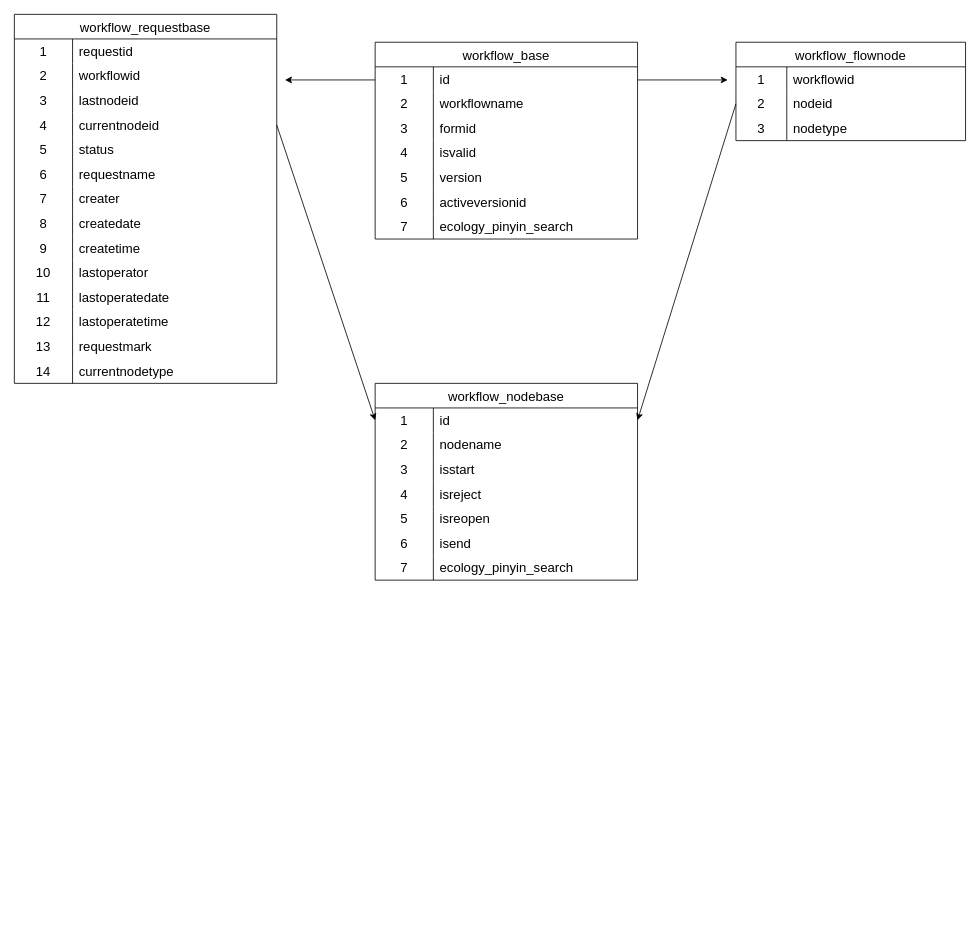
itzhanglg/technology-image keeps this draw.io diagram as page "第 3 页" (3 of 3) of work/ICS工单系统.drawio. Above is the earlier version. Source tidied: cells renumbered, new cells numbered last; positions are measured from the earlier drawing's top-left corner, leaving out a move shared by most shapes. Both pictures are drawn from the tidied source at 82%, with x=0, y=0 at pixel (14, 14).
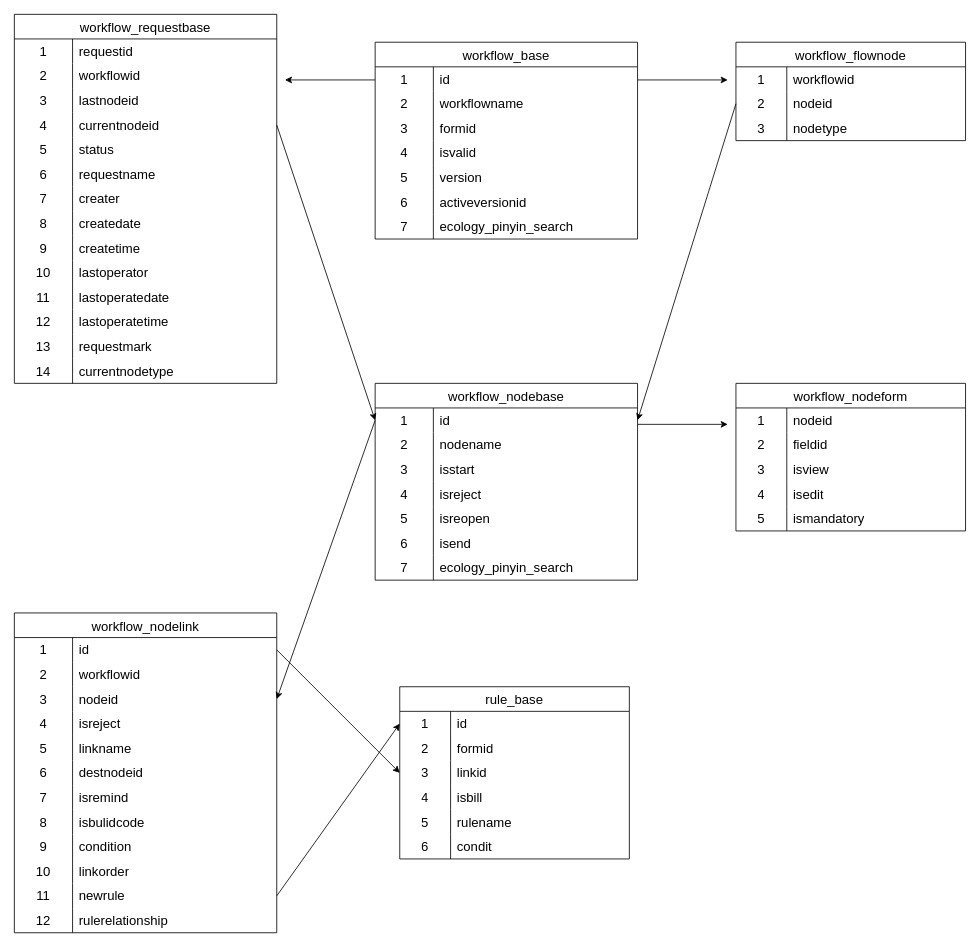
The same diagram, later.

Commit message (it also covers changes not shown here):
更新ICS工单系统.drawio

The change refers to these unchanged cells:
```xml
<mxCell id="80" style="shape=tableRow;horizontal=0;startSize=0;swimlaneHead=0;swimlaneBody=0;top=0;left=0;bottom=0;right=0;fillColor=none;points=[[0,0.5],[1,0.5]];portConstraint=eastwest;strokeColor=inherit;fontSize=16;" parent="79" vertex="1">
  <mxGeometry y="30" width="320" height="30" as="geometry" />
</mxCell>
```

The edit, as a diff of the source:
```diff
@@
+    <mxCell id="103" value="workflow_nodeform" style="shape=table;startSize=30;childLayout=tableLayout;rowLines=0;fontStyle=0;strokeColor=default;fontSize=16;" parent="1" vertex="1">
+      <mxGeometry x="880" y="450" width="280" height="180" as="geometry" />
+    </mxCell>
+    <mxCell id="104" style="shape=tableRow;horizontal=0;startSize=0;swimlaneHead=0;swimlaneBody=0;top=0;left=0;bottom=0;right=0;fillColor=none;strokeColor=inherit;fontSize=16;" parent="103" vertex="1">
+      <mxGeometry y="30" width="280" height="30" as="geometry" />
+    </mxCell>
+    <mxCell id="105" value="1" style="shape=partialRectangle;html=1;whiteSpace=wrap;fillColor=none;top=0;left=0;bottom=0;right=0;overflow=hidden;strokeColor=inherit;fontSize=16;" parent="104" vertex="1">
+      <mxGeometry width="62" height="30" as="geometry" />
+    </mxCell>
+    <mxCell id="106" value="nodeid" style="shape=partialRectangle;html=1;whiteSpace=wrap;fillColor=none;top=0;left=0;bottom=0;right=0;align=left;spacingLeft=6;overflow=hidden;strokeColor=inherit;fontSize=16;" parent="104" vertex="1">
+      <mxGeometry x="62" width="218" height="30" as="geometry" />
+    </mxCell>
+    <mxCell id="107" style="shape=tableRow;horizontal=0;startSize=0;swimlaneHead=0;swimlaneBody=0;top=0;left=0;bottom=0;right=0;fillColor=none;strokeColor=inherit;fontSize=16;" parent="103" vertex="1">
+      <mxGeometry y="60" width="280" height="30" as="geometry" />
+    </mxCell>
+    <mxCell id="108" value="2" style="shape=partialRectangle;html=1;whiteSpace=wrap;fillColor=none;top=0;left=0;bottom=0;right=0;overflow=hidden;strokeColor=inherit;fontSize=16;" parent="107" vertex="1">
+      <mxGeometry width="62" height="30" as="geometry" />
+    </mxCell>
+    <mxCell id="109" value="fieldid" style="shape=partialRectangle;html=1;whiteSpace=wrap;fillColor=none;top=0;left=0;bottom=0;right=0;align=left;spacingLeft=6;overflow=hidden;strokeColor=inherit;fontSize=16;" parent="107" vertex="1">
+      <mxGeometry x="62" width="218" height="30" as="geometry" />
+    </mxCell>
+    <mxCell id="110" style="shape=tableRow;horizontal=0;startSize=0;swimlaneHead=0;swimlaneBody=0;top=0;left=0;bottom=0;right=0;fillColor=none;strokeColor=inherit;fontSize=16;" parent="103" vertex="1">
+      <mxGeometry y="90" width="280" height="30" as="geometry" />
+    </mxCell>
+    <mxCell id="111" value="3" style="shape=partialRectangle;html=1;whiteSpace=wrap;fillColor=none;top=0;left=0;bottom=0;right=0;overflow=hidden;strokeColor=inherit;fontSize=16;" parent="110" vertex="1">
+      <mxGeometry width="62" height="30" as="geometry" />
+    </mxCell>
+    <mxCell id="112" value="isview" style="shape=partialRectangle;html=1;whiteSpace=wrap;fillColor=none;top=0;left=0;bottom=0;right=0;align=left;spacingLeft=6;overflow=hidden;strokeColor=inherit;fontSize=16;" parent="110" vertex="1">
+      <mxGeometry x="62" width="218" height="30" as="geometry" />
+    </mxCell>
+    <mxCell id="113" style="shape=tableRow;horizontal=0;startSize=0;swimlaneHead=0;swimlaneBody=0;top=0;left=0;bottom=0;right=0;fillColor=none;strokeColor=inherit;fontSize=16;" parent="103" vertex="1">
+      <mxGeometry y="120" width="280" height="30" as="geometry" />
+    </mxCell>
+    <mxCell id="114" value="4" style="shape=partialRectangle;html=1;whiteSpace=wrap;fillColor=none;top=0;left=0;bottom=0;right=0;overflow=hidden;strokeColor=inherit;fontSize=16;" parent="113" vertex="1">
+      <mxGeometry width="62" height="30" as="geometry" />
+    </mxCell>
+    <mxCell id="115" value="isedit" style="shape=partialRectangle;html=1;whiteSpace=wrap;fillColor=none;top=0;left=0;bottom=0;right=0;align=left;spacingLeft=6;overflow=hidden;strokeColor=inherit;fontSize=16;" parent="113" vertex="1">
+      <mxGeometry x="62" width="218" height="30" as="geometry" />
+    </mxCell>
+    <mxCell id="116" style="shape=tableRow;horizontal=0;startSize=0;swimlaneHead=0;swimlaneBody=0;top=0;left=0;bottom=0;right=0;fillColor=none;strokeColor=inherit;fontSize=16;" parent="103" vertex="1">
+      <mxGeometry y="150" width="280" height="30" as="geometry" />
+    </mxCell>
+    <mxCell id="117" value="5" style="shape=partialRectangle;html=1;whiteSpace=wrap;fillColor=none;top=0;left=0;bottom=0;right=0;overflow=hidden;strokeColor=inherit;fontSize=16;" parent="116" vertex="1">
+      <mxGeometry width="62" height="30" as="geometry" />
+    </mxCell>
+    <mxCell id="118" value="ismandatory" style="shape=partialRectangle;html=1;whiteSpace=wrap;fillColor=none;top=0;left=0;bottom=0;right=0;align=left;spacingLeft=6;overflow=hidden;strokeColor=inherit;fontSize=16;" parent="116" vertex="1">
+      <mxGeometry x="62" width="218" height="30" as="geometry" />
+    </mxCell>
+    <mxCell id="119" style="endArrow=classic;html=1;rounded=0;" parent="1" edge="1">
+      <mxGeometry relative="1" as="geometry">
+        <mxPoint x="760" y="500" as="sourcePoint" />
+        <mxPoint x="870" y="500" as="targetPoint" />
+      </mxGeometry>
+    </mxCell>
+    <mxCell id="120" value="workflow_nodelink" style="shape=table;startSize=30;childLayout=tableLayout;rowLines=0;fontStyle=0;strokeColor=default;fontSize=16;" parent="1" vertex="1">
+      <mxGeometry y="730" width="320" height="390" as="geometry" />
+    </mxCell>
+    <mxCell id="121" style="shape=tableRow;horizontal=0;startSize=0;swimlaneHead=0;swimlaneBody=0;top=0;left=0;bottom=0;right=0;fillColor=none;points=[[0,0.5],[1,0.5]];portConstraint=eastwest;strokeColor=inherit;fontSize=16;" parent="120" vertex="1">
+      <mxGeometry y="30" width="320" height="30" as="geometry" />
+    </mxCell>
+    <mxCell id="122" value="1" style="shape=partialRectangle;html=1;whiteSpace=wrap;fillColor=none;top=0;left=0;bottom=0;right=0;overflow=hidden;strokeColor=inherit;fontSize=16;" parent="121" vertex="1">
+      <mxGeometry width="71" height="30" as="geometry" />
+    </mxCell>
+    <mxCell id="123" value="id" style="shape=partialRectangle;html=1;whiteSpace=wrap;fillColor=none;top=0;left=0;bottom=0;right=0;align=left;spacingLeft=6;overflow=hidden;strokeColor=inherit;fontSize=16;" parent="121" vertex="1">
+      <mxGeometry x="71" width="249" height="30" as="geometry" />
+    </mxCell>
+    <mxCell id="124" style="shape=tableRow;horizontal=0;startSize=0;swimlaneHead=0;swimlaneBody=0;top=0;left=0;bottom=0;right=0;fillColor=none;strokeColor=inherit;fontSize=16;" parent="120" vertex="1">
+      <mxGeometry y="60" width="320" height="30" as="geometry" />
+    </mxCell>
+    <mxCell id="125" value="2" style="shape=partialRectangle;html=1;whiteSpace=wrap;fillColor=none;top=0;left=0;bottom=0;right=0;overflow=hidden;strokeColor=inherit;fontSize=16;" parent="124" vertex="1">
+      <mxGeometry width="71" height="30" as="geometry" />
+    </mxCell>
+    <mxCell id="126" value="workflowid" style="shape=partialRectangle;html=1;whiteSpace=wrap;fillColor=none;top=0;left=0;bottom=0;right=0;align=left;spacingLeft=6;overflow=hidden;strokeColor=inherit;fontSize=16;" parent="124" vertex="1">
+      <mxGeometry x="71" width="249" height="30" as="geometry" />
+    </mxCell>
+    <mxCell id="127" style="shape=tableRow;horizontal=0;startSize=0;swimlaneHead=0;swimlaneBody=0;top=0;left=0;bottom=0;right=0;fillColor=none;points=[[0,0.5],[1,0.5]];portConstraint=eastwest;strokeColor=inherit;fontSize=16;" parent="120" vertex="1">
+      <mxGeometry y="90" width="320" height="30" as="geometry" />
+    </mxCell>
+    <mxCell id="128" value="3" style="shape=partialRectangle;html=1;whiteSpace=wrap;fillColor=none;top=0;left=0;bottom=0;right=0;overflow=hidden;strokeColor=inherit;fontSize=16;" parent="127" vertex="1">
+      <mxGeometry width="71" height="30" as="geometry" />
+    </mxCell>
+    <mxCell id="129" value="nodeid" style="shape=partialRectangle;html=1;whiteSpace=wrap;fillColor=none;top=0;left=0;bottom=0;right=0;align=left;spacingLeft=6;overflow=hidden;strokeColor=inherit;fontSize=16;" parent="127" vertex="1">
+      <mxGeometry x="71" width="249" height="30" as="geometry" />
+    </mxCell>
+    <mxCell id="130" style="shape=tableRow;horizontal=0;startSize=0;swimlaneHead=0;swimlaneBody=0;top=0;left=0;bottom=0;right=0;fillColor=none;strokeColor=inherit;fontSize=16;" parent="120" vertex="1">
+      <mxGeometry y="120" width="320" height="30" as="geometry" />
+    </mxCell>
+    <mxCell id="131" value="4" style="shape=partialRectangle;html=1;whiteSpace=wrap;fillColor=none;top=0;left=0;bottom=0;right=0;overflow=hidden;strokeColor=inherit;fontSize=16;" parent="130" vertex="1">
+      <mxGeometry width="71" height="30" as="geometry" />
+    </mxCell>
+    <mxCell id="132" value="isreject" style="shape=partialRectangle;html=1;whiteSpace=wrap;fillColor=none;top=0;left=0;bottom=0;right=0;align=left;spacingLeft=6;overflow=hidden;strokeColor=inherit;fontSize=16;" parent="130" vertex="1">
+      <mxGeometry x="71" width="249" height="30" as="geometry" />
+    </mxCell>
+    <mxCell id="133" style="shape=tableRow;horizontal=0;startSize=0;swimlaneHead=0;swimlaneBody=0;top=0;left=0;bottom=0;right=0;fillColor=none;strokeColor=inherit;fontSize=16;" parent="120" vertex="1">
+      <mxGeometry y="150" width="320" height="30" as="geometry" />
+    </mxCell>
+    <mxCell id="134" value="5" style="shape=partialRectangle;html=1;whiteSpace=wrap;fillColor=none;top=0;left=0;bottom=0;right=0;overflow=hidden;strokeColor=inherit;fontSize=16;" parent="133" vertex="1">
+      <mxGeometry width="71" height="30" as="geometry" />
+    </mxCell>
+    <mxCell id="135" value="linkname" style="shape=partialRectangle;html=1;whiteSpace=wrap;fillColor=none;top=0;left=0;bottom=0;right=0;align=left;spacingLeft=6;overflow=hidden;strokeColor=inherit;fontSize=16;" parent="133" vertex="1">
+      <mxGeometry x="71" width="249" height="30" as="geometry" />
+    </mxCell>
+    <mxCell id="136" style="shape=tableRow;horizontal=0;startSize=0;swimlaneHead=0;swimlaneBody=0;top=0;left=0;bottom=0;right=0;fillColor=none;strokeColor=inherit;fontSize=16;" parent="120" vertex="1">
+      <mxGeometry y="180" width="320" height="30" as="geometry" />
+    </mxCell>
+    <mxCell id="137" value="6" style="shape=partialRectangle;html=1;whiteSpace=wrap;fillColor=none;top=0;left=0;bottom=0;right=0;overflow=hidden;strokeColor=inherit;fontSize=16;" parent="136" vertex="1">
+      <mxGeometry width="71" height="30" as="geometry" />
+    </mxCell>
+    <mxCell id="138" value="destnodeid" style="shape=partialRectangle;html=1;whiteSpace=wrap;fillColor=none;top=0;left=0;bottom=0;right=0;align=left;spacingLeft=6;overflow=hidden;strokeColor=inherit;fontSize=16;" parent="136" vertex="1">
+      <mxGeometry x="71" width="249" height="30" as="geometry" />
+    </mxCell>
+    <mxCell id="139" style="shape=tableRow;horizontal=0;startSize=0;swimlaneHead=0;swimlaneBody=0;top=0;left=0;bottom=0;right=0;fillColor=none;strokeColor=inherit;fontSize=16;" parent="120" vertex="1">
+      <mxGeometry y="210" width="320" height="30" as="geometry" />
+    </mxCell>
+    <mxCell id="140" value="7" style="shape=partialRectangle;html=1;whiteSpace=wrap;fillColor=none;top=0;left=0;bottom=0;right=0;overflow=hidden;strokeColor=inherit;fontSize=16;" parent="139" vertex="1">
+      <mxGeometry width="71" height="30" as="geometry" />
+    </mxCell>
+    <mxCell id="141" value="isremind" style="shape=partialRectangle;html=1;whiteSpace=wrap;fillColor=none;top=0;left=0;bottom=0;right=0;align=left;spacingLeft=6;overflow=hidden;strokeColor=inherit;fontSize=16;" parent="139" vertex="1">
+      <mxGeometry x="71" width="249" height="30" as="geometry" />
+    </mxCell>
+    <mxCell id="142" style="shape=tableRow;horizontal=0;startSize=0;swimlaneHead=0;swimlaneBody=0;top=0;left=0;bottom=0;right=0;fillColor=none;strokeColor=inherit;fontSize=16;" parent="120" vertex="1">
+      <mxGeometry y="240" width="320" height="30" as="geometry" />
+    </mxCell>
+    <mxCell id="143" value="8" style="shape=partialRectangle;html=1;whiteSpace=wrap;fillColor=none;top=0;left=0;bottom=0;right=0;overflow=hidden;strokeColor=inherit;fontSize=16;" parent="142" vertex="1">
+      <mxGeometry width="71" height="30" as="geometry" />
+    </mxCell>
+    <mxCell id="144" value="isbulidcode" style="shape=partialRectangle;html=1;whiteSpace=wrap;fillColor=none;top=0;left=0;bottom=0;right=0;align=left;spacingLeft=6;overflow=hidden;strokeColor=inherit;fontSize=16;" parent="142" vertex="1">
+      <mxGeometry x="71" width="249" height="30" as="geometry" />
+    </mxCell>
+    <mxCell id="145" style="shape=tableRow;horizontal=0;startSize=0;swimlaneHead=0;swimlaneBody=0;top=0;left=0;bottom=0;right=0;fillColor=none;strokeColor=inherit;fontSize=16;" parent="120" vertex="1">
+      <mxGeometry y="270" width="320" height="30" as="geometry" />
+    </mxCell>
+    <mxCell id="146" value="9" style="shape=partialRectangle;html=1;whiteSpace=wrap;fillColor=none;top=0;left=0;bottom=0;right=0;overflow=hidden;strokeColor=inherit;fontSize=16;" parent="145" vertex="1">
+      <mxGeometry width="71" height="30" as="geometry" />
+    </mxCell>
+    <mxCell id="147" value="condition" style="shape=partialRectangle;html=1;whiteSpace=wrap;fillColor=none;top=0;left=0;bottom=0;right=0;align=left;spacingLeft=6;overflow=hidden;strokeColor=inherit;fontSize=16;" parent="145" vertex="1">
+      <mxGeometry x="71" width="249" height="30" as="geometry" />
+    </mxCell>
+    <mxCell id="148" style="shape=tableRow;horizontal=0;startSize=0;swimlaneHead=0;swimlaneBody=0;top=0;left=0;bottom=0;right=0;fillColor=none;strokeColor=inherit;fontSize=16;" parent="120" vertex="1">
+      <mxGeometry y="300" width="320" height="30" as="geometry" />
+    </mxCell>
+    <mxCell id="149" value="10" style="shape=partialRectangle;html=1;whiteSpace=wrap;fillColor=none;top=0;left=0;bottom=0;right=0;overflow=hidden;strokeColor=inherit;fontSize=16;" parent="148" vertex="1">
+      <mxGeometry width="71" height="30" as="geometry" />
+    </mxCell>
+    <mxCell id="150" value="linkorder" style="shape=partialRectangle;html=1;whiteSpace=wrap;fillColor=none;top=0;left=0;bottom=0;right=0;align=left;spacingLeft=6;overflow=hidden;strokeColor=inherit;fontSize=16;" parent="148" vertex="1">
+      <mxGeometry x="71" width="249" height="30" as="geometry" />
+    </mxCell>
+    <mxCell id="151" style="shape=tableRow;horizontal=0;startSize=0;swimlaneHead=0;swimlaneBody=0;top=0;left=0;bottom=0;right=0;fillColor=none;points=[[0,0.5],[1,0.5]];portConstraint=eastwest;strokeColor=inherit;fontSize=16;" parent="120" vertex="1">
+      <mxGeometry y="330" width="320" height="30" as="geometry" />
+    </mxCell>
+    <mxCell id="152" value="11" style="shape=partialRectangle;html=1;whiteSpace=wrap;fillColor=none;top=0;left=0;bottom=0;right=0;overflow=hidden;strokeColor=inherit;fontSize=16;" parent="151" vertex="1">
+      <mxGeometry width="71" height="30" as="geometry" />
+    </mxCell>
+    <mxCell id="153" value="newrule" style="shape=partialRectangle;html=1;whiteSpace=wrap;fillColor=none;top=0;left=0;bottom=0;right=0;align=left;spacingLeft=6;overflow=hidden;strokeColor=inherit;fontSize=16;" parent="151" vertex="1">
+      <mxGeometry x="71" width="249" height="30" as="geometry" />
+    </mxCell>
+    <mxCell id="154" style="shape=tableRow;horizontal=0;startSize=0;swimlaneHead=0;swimlaneBody=0;top=0;left=0;bottom=0;right=0;fillColor=none;strokeColor=inherit;fontSize=16;" parent="120" vertex="1">
+      <mxGeometry y="360" width="320" height="30" as="geometry" />
+    </mxCell>
+    <mxCell id="155" value="12" style="shape=partialRectangle;html=1;whiteSpace=wrap;fillColor=none;top=0;left=0;bottom=0;right=0;overflow=hidden;strokeColor=inherit;fontSize=16;" parent="154" vertex="1">
+      <mxGeometry width="71" height="30" as="geometry" />
+    </mxCell>
+    <mxCell id="156" value="rulerelationship" style="shape=partialRectangle;html=1;whiteSpace=wrap;fillColor=none;top=0;left=0;bottom=0;right=0;align=left;spacingLeft=6;overflow=hidden;strokeColor=inherit;fontSize=16;" parent="154" vertex="1">
+      <mxGeometry x="71" width="249" height="30" as="geometry" />
+    </mxCell>
+    <mxCell id="157" value="rule_base" style="shape=table;startSize=30;childLayout=tableLayout;rowLines=0;fontStyle=0;strokeColor=default;fontSize=16;" parent="1" vertex="1">
+      <mxGeometry x="470" y="820" width="280" height="210" as="geometry" />
+    </mxCell>
+    <mxCell id="158" style="shape=tableRow;horizontal=0;startSize=0;swimlaneHead=0;swimlaneBody=0;top=0;left=0;bottom=0;right=0;fillColor=none;points=[[0,0.5],[1,0.5]];portConstraint=eastwest;strokeColor=inherit;fontSize=16;" parent="157" vertex="1">
+      <mxGeometry y="30" width="280" height="30" as="geometry" />
+    </mxCell>
+    <mxCell id="159" value="1" style="shape=partialRectangle;html=1;whiteSpace=wrap;fillColor=none;top=0;left=0;bottom=0;right=0;overflow=hidden;strokeColor=inherit;fontSize=16;" parent="158" vertex="1">
+      <mxGeometry width="62" height="30" as="geometry" />
+    </mxCell>
+    <mxCell id="160" value="id" style="shape=partialRectangle;html=1;whiteSpace=wrap;fillColor=none;top=0;left=0;bottom=0;right=0;align=left;spacingLeft=6;overflow=hidden;strokeColor=inherit;fontSize=16;" parent="158" vertex="1">
+      <mxGeometry x="62" width="218" height="30" as="geometry" />
+    </mxCell>
+    <mxCell id="161" style="shape=tableRow;horizontal=0;startSize=0;swimlaneHead=0;swimlaneBody=0;top=0;left=0;bottom=0;right=0;fillColor=none;strokeColor=inherit;fontSize=16;" parent="157" vertex="1">
+      <mxGeometry y="60" width="280" height="30" as="geometry" />
+    </mxCell>
+    <mxCell id="162" value="2" style="shape=partialRectangle;html=1;whiteSpace=wrap;fillColor=none;top=0;left=0;bottom=0;right=0;overflow=hidden;strokeColor=inherit;fontSize=16;" parent="161" vertex="1">
+      <mxGeometry width="62" height="30" as="geometry" />
+    </mxCell>
+    <mxCell id="163" value="formid" style="shape=partialRectangle;html=1;whiteSpace=wrap;fillColor=none;top=0;left=0;bottom=0;right=0;align=left;spacingLeft=6;overflow=hidden;strokeColor=inherit;fontSize=16;" parent="161" vertex="1">
+      <mxGeometry x="62" width="218" height="30" as="geometry" />
+    </mxCell>
+    <mxCell id="164" style="shape=tableRow;horizontal=0;startSize=0;swimlaneHead=0;swimlaneBody=0;top=0;left=0;bottom=0;right=0;fillColor=none;points=[[0,0.5],[1,0.5]];portConstraint=eastwest;strokeColor=inherit;fontSize=16;" parent="157" vertex="1">
+      <mxGeometry y="90" width="280" height="30" as="geometry" />
+    </mxCell>
+    <mxCell id="165" value="3" style="shape=partialRectangle;html=1;whiteSpace=wrap;fillColor=none;top=0;left=0;bottom=0;right=0;overflow=hidden;strokeColor=inherit;fontSize=16;" parent="164" vertex="1">
+      <mxGeometry width="62" height="30" as="geometry" />
+    </mxCell>
+    <mxCell id="166" value="linkid" style="shape=partialRectangle;html=1;whiteSpace=wrap;fillColor=none;top=0;left=0;bottom=0;right=0;align=left;spacingLeft=6;overflow=hidden;strokeColor=inherit;fontSize=16;" parent="164" vertex="1">
+      <mxGeometry x="62" width="218" height="30" as="geometry" />
+    </mxCell>
+    <mxCell id="167" style="shape=tableRow;horizontal=0;startSize=0;swimlaneHead=0;swimlaneBody=0;top=0;left=0;bottom=0;right=0;fillColor=none;strokeColor=inherit;fontSize=16;" parent="157" vertex="1">
+      <mxGeometry y="120" width="280" height="30" as="geometry" />
+    </mxCell>
+    <mxCell id="168" value="4" style="shape=partialRectangle;html=1;whiteSpace=wrap;fillColor=none;top=0;left=0;bottom=0;right=0;overflow=hidden;strokeColor=inherit;fontSize=16;" parent="167" vertex="1">
+      <mxGeometry width="62" height="30" as="geometry" />
+    </mxCell>
+    <mxCell id="169" value="isbill" style="shape=partialRectangle;html=1;whiteSpace=wrap;fillColor=none;top=0;left=0;bottom=0;right=0;align=left;spacingLeft=6;overflow=hidden;strokeColor=inherit;fontSize=16;" parent="167" vertex="1">
+      <mxGeometry x="62" width="218" height="30" as="geometry" />
+    </mxCell>
+    <mxCell id="170" style="shape=tableRow;horizontal=0;startSize=0;swimlaneHead=0;swimlaneBody=0;top=0;left=0;bottom=0;right=0;fillColor=none;strokeColor=inherit;fontSize=16;" parent="157" vertex="1">
+      <mxGeometry y="150" width="280" height="30" as="geometry" />
+    </mxCell>
+    <mxCell id="171" value="5" style="shape=partialRectangle;html=1;whiteSpace=wrap;fillColor=none;top=0;left=0;bottom=0;right=0;overflow=hidden;strokeColor=inherit;fontSize=16;" parent="170" vertex="1">
+      <mxGeometry width="62" height="30" as="geometry" />
+    </mxCell>
+    <mxCell id="172" value="rulename" style="shape=partialRectangle;html=1;whiteSpace=wrap;fillColor=none;top=0;left=0;bottom=0;right=0;align=left;spacingLeft=6;overflow=hidden;strokeColor=inherit;fontSize=16;" parent="170" vertex="1">
+      <mxGeometry x="62" width="218" height="30" as="geometry" />
+    </mxCell>
+    <mxCell id="173" style="shape=tableRow;horizontal=0;startSize=0;swimlaneHead=0;swimlaneBody=0;top=0;left=0;bottom=0;right=0;fillColor=none;strokeColor=inherit;fontSize=16;" parent="157" vertex="1">
+      <mxGeometry y="180" width="280" height="30" as="geometry" />
+    </mxCell>
+    <mxCell id="174" value="6" style="shape=partialRectangle;html=1;whiteSpace=wrap;fillColor=none;top=0;left=0;bottom=0;right=0;overflow=hidden;strokeColor=inherit;fontSize=16;" parent="173" vertex="1">
+      <mxGeometry width="62" height="30" as="geometry" />
+    </mxCell>
+    <mxCell id="175" value="condit" style="shape=partialRectangle;html=1;whiteSpace=wrap;fillColor=none;top=0;left=0;bottom=0;right=0;align=left;spacingLeft=6;overflow=hidden;strokeColor=inherit;fontSize=16;" parent="173" vertex="1">
+      <mxGeometry x="62" width="218" height="30" as="geometry" />
+    </mxCell>
+    <mxCell id="176" style="endArrow=classic;html=1;rounded=0;exitX=0;exitY=0.5;exitDx=0;exitDy=0;entryX=1;entryY=0.5;entryDx=0;entryDy=0;" parent="1" edge="1" source="80" target="127">
+      <mxGeometry relative="1" as="geometry" />
+    </mxCell>
+    <mxCell id="177" style="endArrow=classic;html=1;rounded=0;exitX=1;exitY=0.5;exitDx=0;exitDy=0;entryX=0;entryY=0.5;entryDx=0;entryDy=0;" parent="1" edge="1" source="121" target="164">
+      <mxGeometry relative="1" as="geometry" />
+    </mxCell>
+    <mxCell id="178" style="endArrow=classic;html=1;rounded=0;exitX=1;exitY=0.5;exitDx=0;exitDy=0;entryX=0;entryY=0.5;entryDx=0;entryDy=0;" parent="1" edge="1" source="151" target="158">
+      <mxGeometry relative="1" as="geometry" />
+    </mxCell>
```
